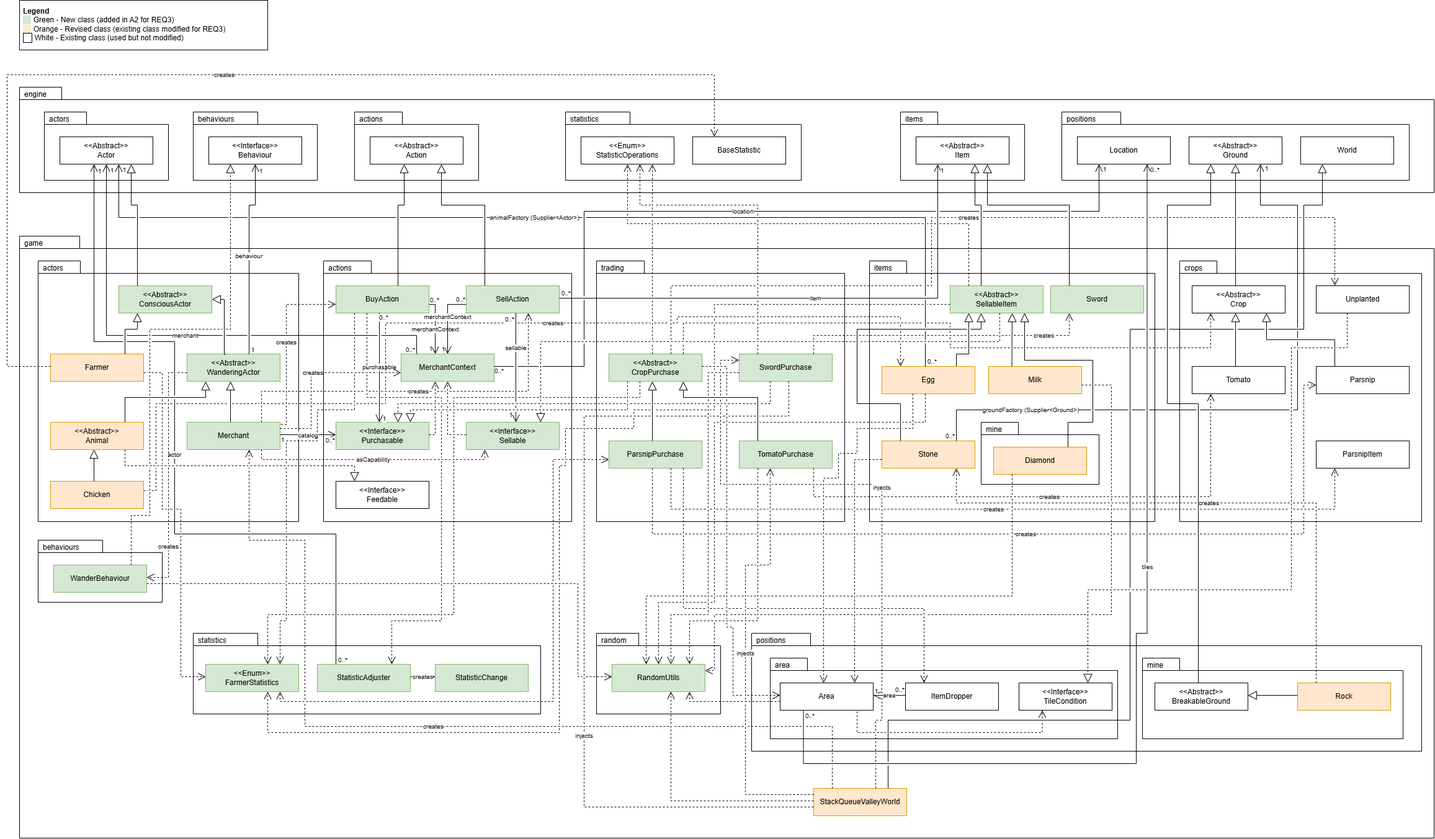
The draw.io diagram docs/UML/Req3 UML.drawio.png in liuyuanshu1228-maker/OOP_stack-queue-valley, before a commit. Source tidied: cells renumbered, new cells last; positions are measured from the earlier drawing's top-left corner, leaving out a move shared by most shapes.
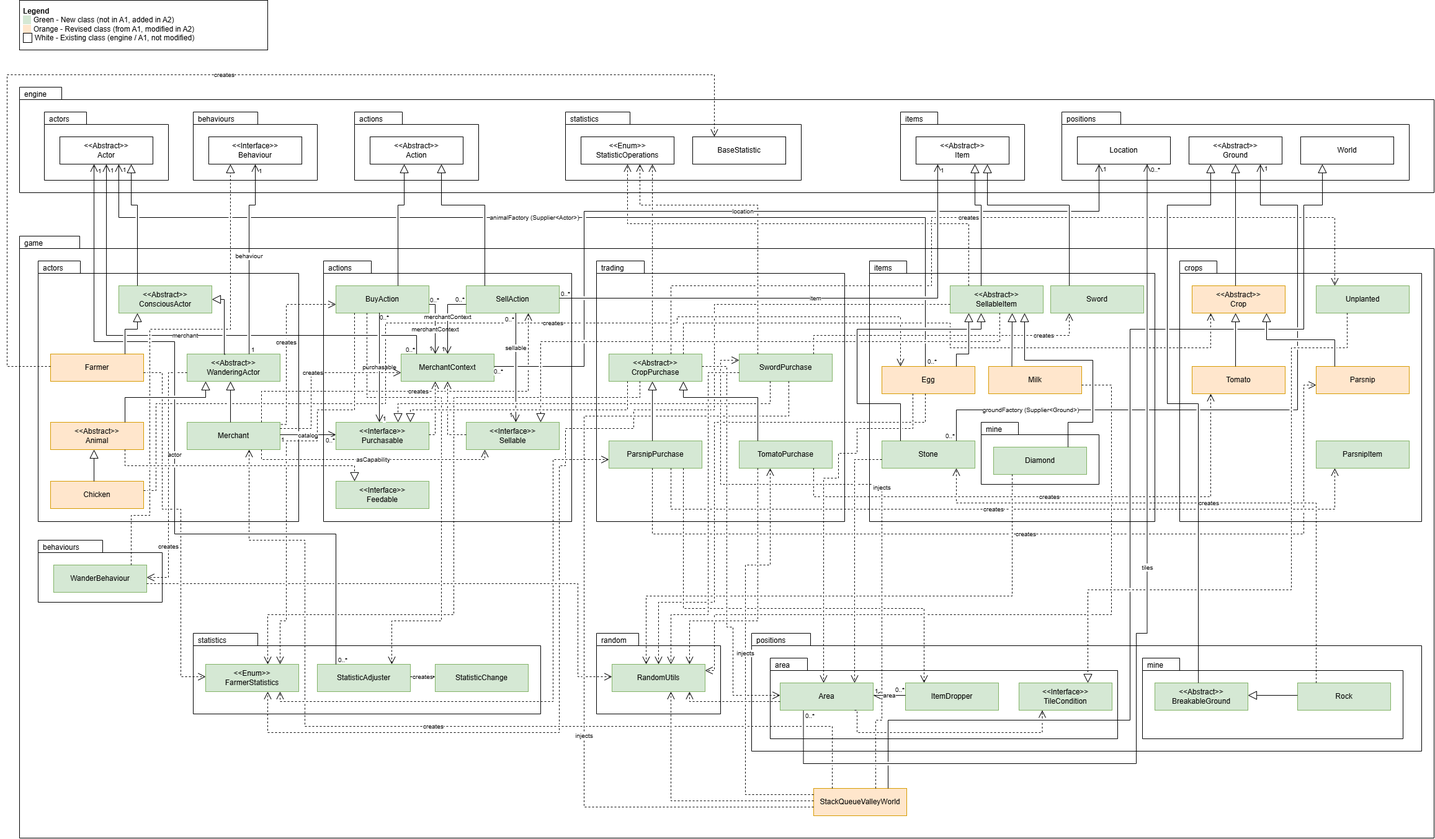
Above is the later version.

Commit message:
Docs: make class colours consistent across the REQ3 and REQ5 diagrams

- Use the same legend in both diagrams: green = not in A1 (added in A2), orange = from A1 and modified in A2, white = engine / A1, not modified
- Colour the shared A2 classes green in both diagrams: ConsciousActor,WanderBehaviour, Area, ItemDropper, TileCondition, StatisticAdjuster,
  RandomUtils
- REQ3: colour Feedable, Unplanted, ParsnipItem, BreakableGround, Rock, Stone and Diamond green, and Crop, Tomato and Parsnip orange
- REQ5: colour EnterableBy and Consumable green

Diff of the diagram source:
```diff
@@ -2,7 +2,7 @@
   <root>
     <mxCell id="0" />
     <mxCell id="1" parent="0" />
-    <mxCell id="2" value="&lt;b&gt;Legend&lt;/b&gt;&lt;br&gt;&lt;span style=&quot;background:#d5e8d4&quot;&gt;&amp;nbsp;&amp;nbsp;&amp;nbsp;&amp;nbsp;&lt;/span&gt; Green - New class (added in A2 for REQ3)&lt;br&gt;&lt;span style=&quot;background:#ffe6cc&quot;&gt;&amp;nbsp;&amp;nbsp;&amp;nbsp;&amp;nbsp;&lt;/span&gt; Orange - Revised class (existing class modified for REQ3)&lt;br&gt;&lt;span style=&quot;border:1px solid #000&quot;&gt;&amp;nbsp;&amp;nbsp;&amp;nbsp;&amp;nbsp;&lt;/span&gt; White - Existing class (used but not modified)" style="text;html=1;align=left;verticalAlign=top;whiteSpace=wrap;fontSize=12;strokeColor=#000000;spacing=6;" parent="1" vertex="1">
+    <mxCell id="2" value="&lt;b&gt;Legend&lt;/b&gt;&lt;br&gt;&lt;span style=&quot;background:#d5e8d4&quot;&gt;&amp;nbsp;&amp;nbsp;&amp;nbsp;&amp;nbsp;&lt;/span&gt; Green - New class (not in A1, added in A2)&lt;br&gt;&lt;span style=&quot;background:#ffe6cc&quot;&gt;&amp;nbsp;&amp;nbsp;&amp;nbsp;&amp;nbsp;&lt;/span&gt; Orange - Revised class (from A1, modified in A2)&lt;br&gt;&lt;span style=&quot;border:1px solid #000&quot;&gt;&amp;nbsp;&amp;nbsp;&amp;nbsp;&amp;nbsp;&lt;/span&gt; White - Existing class (engine / A1, not modified)" style="text;html=1;align=left;verticalAlign=top;whiteSpace=wrap;fontSize=12;strokeColor=#000000;spacing=6;" parent="1" vertex="1">
       <mxGeometry x="20" width="400" height="80" as="geometry" />
     </mxCell>
     <mxCell id="3" value="engine" style="shape=folder;tabWidth=68;tabHeight=20;tabPosition=left;html=1;whiteSpace=wrap;verticalAlign=top;align=left;spacingLeft=6;spacingTop=-2;fillColor=none;strokeColor=#000000;fontSize=12;" parent="1" vertex="1">
@@ -101,7 +101,7 @@
     <mxCell id="34" value="&amp;lt;&amp;lt;Interface&amp;gt;&amp;gt;&lt;br&gt;Sellable" style="rounded=0;whiteSpace=wrap;html=1;fontSize=12;fillColor=#d5e8d4;strokeColor=#82b366;" parent="1" vertex="1">
       <mxGeometry x="740" y="680" width="150" height="44" as="geometry" />
     </mxCell>
-    <mxCell id="35" value="&amp;lt;&amp;lt;Interface&amp;gt;&amp;gt;&lt;br&gt;Feedable" style="rounded=0;whiteSpace=wrap;html=1;fontSize=12;fillColor=#ffffff;strokeColor=#000000;" parent="1" vertex="1">
+    <mxCell id="35" value="&amp;lt;&amp;lt;Interface&amp;gt;&amp;gt;&lt;br&gt;Feedable" style="rounded=0;whiteSpace=wrap;html=1;fontSize=12;fillColor=#d5e8d4;strokeColor=#82b366;" parent="1" vertex="1">
       <mxGeometry x="530" y="775" width="150" height="44" as="geometry" />
     </mxCell>
     <mxCell id="36" value="trading" style="shape=folder;tabWidth=77;tabHeight=20;tabPosition=left;html=1;whiteSpace=wrap;verticalAlign=top;align=left;spacingLeft=6;spacingTop=-2;fillColor=none;strokeColor=#000000;fontSize=12;" parent="1" vertex="1">
@@ -134,31 +134,31 @@
     <mxCell id="45" value="Milk" style="rounded=0;whiteSpace=wrap;html=1;fontSize=12;fillColor=#ffe6cc;strokeColor=#d79b00;" parent="1" vertex="1">
       <mxGeometry x="1582" y="590" width="150" height="44" as="geometry" />
     </mxCell>
-    <mxCell id="46" value="Stone" style="rounded=0;whiteSpace=wrap;html=1;fontSize=12;fillColor=#ffe6cc;strokeColor=#d79b00;" parent="1" vertex="1">
+    <mxCell id="46" value="Stone" style="rounded=0;whiteSpace=wrap;html=1;fontSize=12;fillColor=#d5e8d4;strokeColor=#82b366;" parent="1" vertex="1">
       <mxGeometry x="1410" y="710" width="150" height="44" as="geometry" />
     </mxCell>
     <mxCell id="47" value="mine" style="shape=folder;tabWidth=60;tabHeight=20;tabPosition=left;html=1;whiteSpace=wrap;verticalAlign=top;align=left;spacingLeft=6;spacingTop=-2;fillColor=none;strokeColor=#000000;fontSize=12;" parent="1" vertex="1">
       <mxGeometry x="1570" y="680" width="190" height="100" as="geometry" />
     </mxCell>
-    <mxCell id="48" value="Diamond" style="rounded=0;whiteSpace=wrap;html=1;fontSize=12;fillColor=#ffe6cc;strokeColor=#d79b00;" parent="1" vertex="1">
+    <mxCell id="48" value="Diamond" style="rounded=0;whiteSpace=wrap;html=1;fontSize=12;fillColor=#d5e8d4;strokeColor=#82b366;" parent="1" vertex="1">
       <mxGeometry x="1590" y="720" width="150" height="44" as="geometry" />
     </mxCell>
     <mxCell id="49" value="crops" style="shape=folder;tabWidth=60;tabHeight=20;tabPosition=left;html=1;whiteSpace=wrap;verticalAlign=top;align=left;spacingLeft=6;spacingTop=-2;fillColor=none;strokeColor=#000000;fontSize=12;" parent="1" vertex="1">
       <mxGeometry x="1890" y="420" width="390" height="420" as="geometry" />
     </mxCell>
-    <mxCell id="50" value="&amp;lt;&amp;lt;Abstract&amp;gt;&amp;gt;&lt;br&gt;Crop" style="rounded=0;whiteSpace=wrap;html=1;fontSize=12;fillColor=#ffffff;strokeColor=#000000;" parent="1" vertex="1">
+    <mxCell id="50" value="&amp;lt;&amp;lt;Abstract&amp;gt;&amp;gt;&lt;br&gt;Crop" style="rounded=0;whiteSpace=wrap;html=1;fontSize=12;fillColor=#ffe6cc;strokeColor=#d79b00;" parent="1" vertex="1">
       <mxGeometry x="1910" y="460" width="150" height="44" as="geometry" />
     </mxCell>
-    <mxCell id="51" value="Unplanted" style="rounded=0;whiteSpace=wrap;html=1;fontSize=12;fillColor=#ffffff;strokeColor=#000000;" parent="1" vertex="1">
+    <mxCell id="51" value="Unplanted" style="rounded=0;whiteSpace=wrap;html=1;fontSize=12;fillColor=#d5e8d4;strokeColor=#82b366;" parent="1" vertex="1">
       <mxGeometry x="2110" y="460" width="150" height="44" as="geometry" />
     </mxCell>
-    <mxCell id="52" value="Tomato" style="rounded=0;whiteSpace=wrap;html=1;fontSize=12;fillColor=#ffffff;strokeColor=#000000;" parent="1" vertex="1">
+    <mxCell id="52" value="Tomato" style="rounded=0;whiteSpace=wrap;html=1;fontSize=12;fillColor=#ffe6cc;strokeColor=#d79b00;" parent="1" vertex="1">
       <mxGeometry x="1910" y="590" width="150" height="44" as="geometry" />
     </mxCell>
-    <mxCell id="53" value="Parsnip" style="rounded=0;whiteSpace=wrap;html=1;fontSize=12;fillColor=#ffffff;strokeColor=#000000;" parent="1" vertex="1">
+    <mxCell id="53" value="Parsnip" style="rounded=0;whiteSpace=wrap;html=1;fontSize=12;fillColor=#ffe6cc;strokeColor=#d79b00;" parent="1" vertex="1">
       <mxGeometry x="2110" y="590" width="150" height="44" as="geometry" />
     </mxCell>
-    <mxCell id="54" value="ParsnipItem" style="rounded=0;whiteSpace=wrap;html=1;fontSize=12;fillColor=#ffffff;strokeColor=#000000;" parent="1" vertex="1">
+    <mxCell id="54" value="ParsnipItem" style="rounded=0;whiteSpace=wrap;html=1;fontSize=12;fillColor=#d5e8d4;strokeColor=#82b366;" parent="1" vertex="1">
       <mxGeometry x="2110" y="710" width="150" height="44" as="geometry" />
     </mxCell>
     <mxCell id="55" value="statistics" style="shape=folder;tabWidth=104;tabHeight=20;tabPosition=left;html=1;whiteSpace=wrap;verticalAlign=top;align=left;spacingLeft=6;spacingTop=-2;fillColor=none;strokeColor=#000000;fontSize=12;" parent="1" vertex="1">
@@ -198,22 +198,22 @@
     <mxCell id="64" value="&lt;font style=&quot;font-size: 10px;&quot;&gt;tiles&lt;/font&gt;" style="edgeLabel;html=1;align=center;verticalAlign=middle;" parent="63" vertex="1">
       <mxGeometry x="0.19" relative="1" as="geometry" />
     </mxCell>
-    <mxCell id="65" value="Area" style="rounded=0;whiteSpace=wrap;html=1;fontSize=12;fillColor=#ffffff;strokeColor=#000000;" parent="1" vertex="1">
+    <mxCell id="65" value="Area" style="rounded=0;whiteSpace=wrap;html=1;fontSize=12;fillColor=#d5e8d4;strokeColor=#82b366;" parent="1" vertex="1">
       <mxGeometry x="1246" y="1100" width="150" height="44" as="geometry" />
     </mxCell>
-    <mxCell id="66" value="ItemDropper" style="rounded=0;whiteSpace=wrap;html=1;fontSize=12;fillColor=#ffffff;strokeColor=#000000;" parent="1" vertex="1">
+    <mxCell id="66" value="ItemDropper" style="rounded=0;whiteSpace=wrap;html=1;fontSize=12;fillColor=#d5e8d4;strokeColor=#82b366;" parent="1" vertex="1">
       <mxGeometry x="1448" y="1100" width="150" height="44" as="geometry" />
     </mxCell>
-    <mxCell id="67" value="&amp;lt;&amp;lt;Interface&amp;gt;&amp;gt;&lt;br&gt;TileCondition" style="rounded=0;whiteSpace=wrap;html=1;fontSize=12;fillColor=#ffffff;strokeColor=#000000;" parent="1" vertex="1">
+    <mxCell id="67" value="&amp;lt;&amp;lt;Interface&amp;gt;&amp;gt;&lt;br&gt;TileCondition" style="rounded=0;whiteSpace=wrap;html=1;fontSize=12;fillColor=#d5e8d4;strokeColor=#82b366;" parent="1" vertex="1">
       <mxGeometry x="1631" y="1100" width="150" height="44" as="geometry" />
     </mxCell>
     <mxCell id="68" value="mine" style="shape=folder;tabWidth=60;tabHeight=20;tabPosition=left;html=1;whiteSpace=wrap;verticalAlign=top;align=left;spacingLeft=6;spacingTop=-2;fillColor=none;strokeColor=#000000;fontSize=12;" parent="1" vertex="1">
       <mxGeometry x="1830" y="1060" width="420" height="130" as="geometry" />
     </mxCell>
-    <mxCell id="69" value="&amp;lt;&amp;lt;Abstract&amp;gt;&amp;gt;&lt;br&gt;BreakableGround" style="rounded=0;whiteSpace=wrap;html=1;fontSize=12;fillColor=#ffffff;strokeColor=#000000;" parent="1" vertex="1">
+    <mxCell id="69" value="&amp;lt;&amp;lt;Abstract&amp;gt;&amp;gt;&lt;br&gt;BreakableGround" style="rounded=0;whiteSpace=wrap;html=1;fontSize=12;fillColor=#d5e8d4;strokeColor=#82b366;" parent="1" vertex="1">
       <mxGeometry x="1850" y="1100" width="150" height="44" as="geometry" />
     </mxCell>
-    <mxCell id="70" value="Rock" style="rounded=0;whiteSpace=wrap;html=1;fontSize=12;fillColor=#ffe6cc;strokeColor=#d79b00;" parent="1" vertex="1">
+    <mxCell id="70" value="Rock" style="rounded=0;whiteSpace=wrap;html=1;fontSize=12;fillColor=#d5e8d4;strokeColor=#82b366;" parent="1" vertex="1">
       <mxGeometry x="2080" y="1100" width="150" height="44" as="geometry" />
     </mxCell>
     <mxCell id="71" value="StackQueueValleyWorld" style="rounded=0;whiteSpace=wrap;html=1;fontSize=12;fillColor=#ffe6cc;strokeColor=#d79b00;" parent="1" vertex="1">
```
